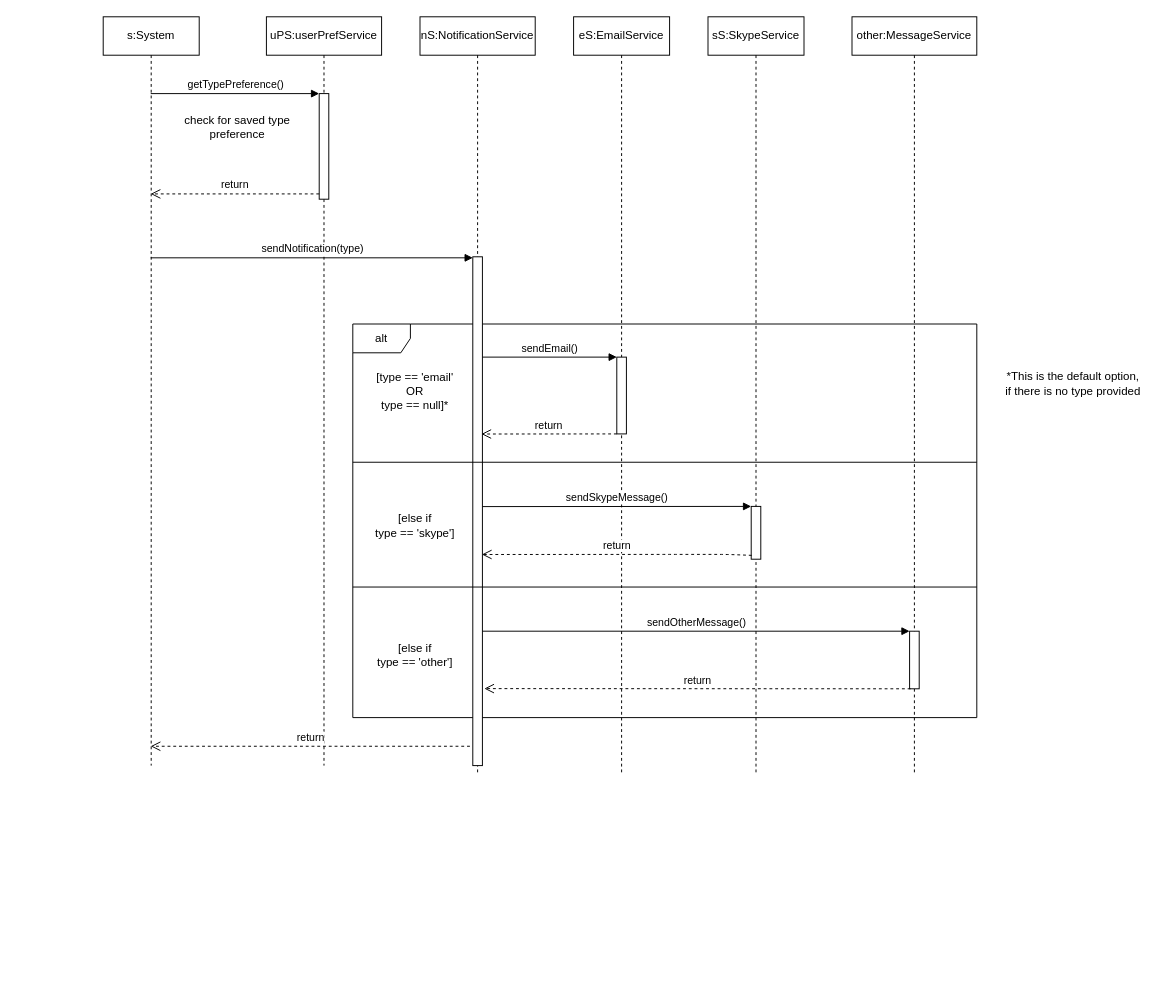
The draw.io diagram page "Sequence" (5 of 5) of Drawings/NotificationService/NotificationService.drawio in RMSLowside/rmslow, before the edit. Source tidied: cells renumbered, new cells numbered last; positions are measured from the earlier drawing's top-left corner, leaving out a move shared by most shapes. Both pictures are drawn from the tidied source at 96%, with x=0, y=0 at pixel (103, 16).
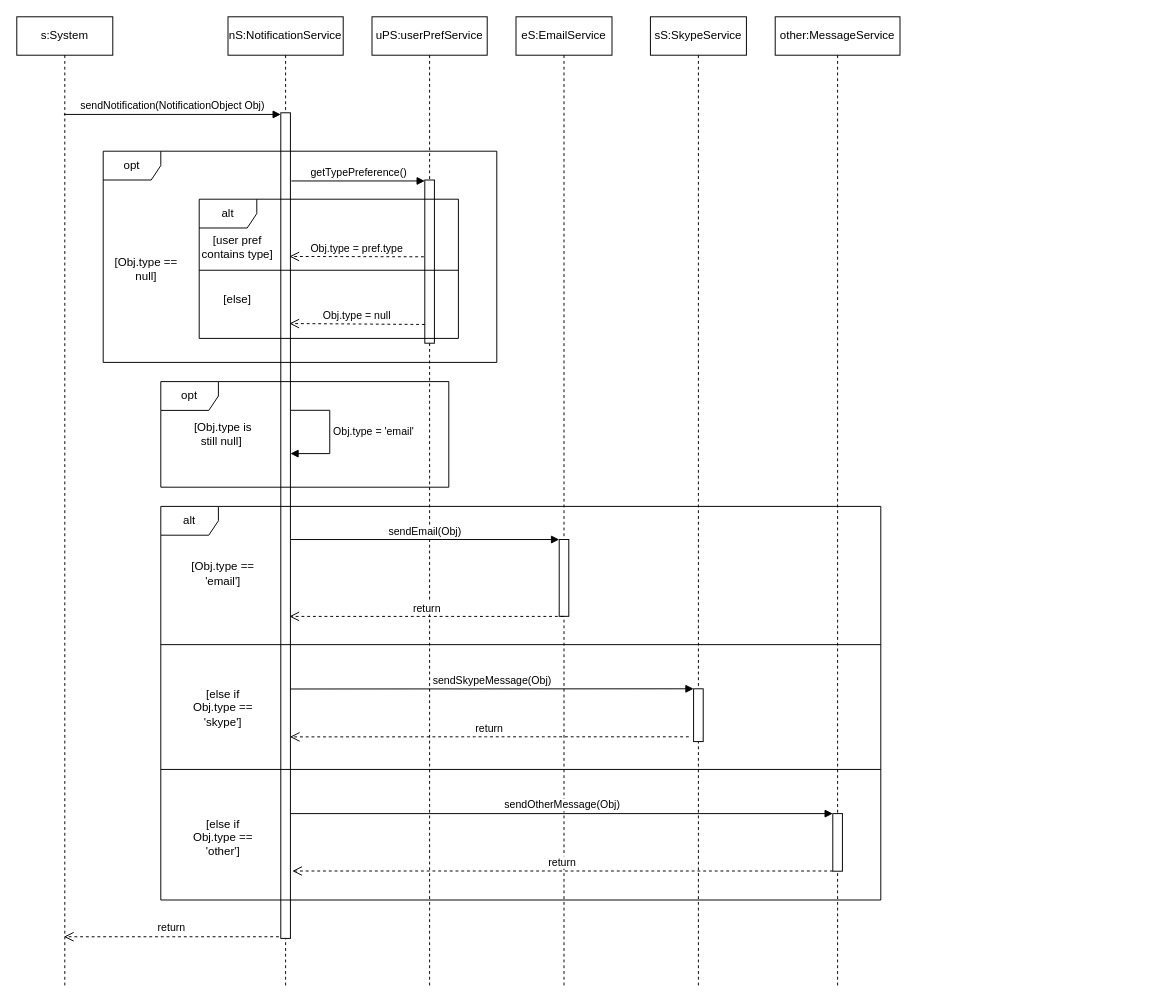
After the change.

Change to the diagram source:
```diff
@@
-    <mxCell id="2" value="alt" style="shape=umlFrame;whiteSpace=wrap;html=1;" parent="1" vertex="1">
-      <mxGeometry x="260" y="320" width="650" height="410" as="geometry" />
-    </mxCell>
     <mxCell id="3" value="uPS:userPrefService" style="shape=umlLifeline;perimeter=lifelinePerimeter;whiteSpace=wrap;html=1;" parent="1" vertex="1">
-      <mxGeometry x="170" width="120" height="780" as="geometry" />
+      <mxGeometry x="280" width="120" height="1010" as="geometry" />
     </mxCell>
     <mxCell id="4" style="html=1;points=[];perimeter=orthogonalPerimeter;" parent="3" vertex="1">
-      <mxGeometry x="55" y="80" width="10" height="110" as="geometry" />
+      <mxGeometry x="55" y="170" width="10" height="170" as="geometry" />
     </mxCell>
     <mxCell id="5" value="nS:NotificationService" style="shape=umlLifeline;perimeter=lifelinePerimeter;whiteSpace=wrap;html=1;" parent="1" vertex="1">
-      <mxGeometry x="330" width="120" height="790" as="geometry" />
+      <mxGeometry x="130" width="120" height="1010" as="geometry" />
     </mxCell>
     <mxCell id="6" style="html=1;points=[];perimeter=orthogonalPerimeter;" parent="5" vertex="1">
-      <mxGeometry x="55" y="250" width="10" height="530" as="geometry" />
+      <mxGeometry x="55" y="100" width="10" height="860" as="geometry" />
     </mxCell>
+    <mxCell id="31" style="line;strokeWidth=1;fillColor=none;align=left;verticalAlign=middle;spacingTop=-1;spacingLeft=3;spacingRight=3;labelPosition=right;fontFamily=Helvetica;" parent="5" vertex="1">
+      <mxGeometry x="-30" y="260" width="270" height="8" as="geometry" />
+    </mxCell>
     <mxCell id="7" value="eS:EmailService" style="shape=umlLifeline;perimeter=lifelinePerimeter;whiteSpace=wrap;html=1;" parent="1" vertex="1">
-      <mxGeometry x="490" width="100" height="790" as="geometry" />
+      <mxGeometry x="430" width="100" height="1010" as="geometry" />
     </mxCell>
     <mxCell id="8" value="sS:SkypeService" style="shape=umlLifeline;perimeter=lifelinePerimeter;whiteSpace=wrap;html=1;" parent="1" vertex="1">
-      <mxGeometry x="630" width="100" height="790" as="geometry" />
+      <mxGeometry x="570" width="100" height="1010" as="geometry" />
     </mxCell>
     <mxCell id="9" style="html=1;points=[];perimeter=orthogonalPerimeter;" parent="8" vertex="1">
-      <mxGeometry x="45" y="510" width="10" height="55" as="geometry" />
+      <mxGeometry x="45" y="700" width="10" height="55" as="geometry" />
     </mxCell>
     <mxCell id="10" value="other:MessageService" style="shape=umlLifeline;perimeter=lifelinePerimeter;whiteSpace=wrap;html=1;" parent="1" vertex="1">
-      <mxGeometry x="780" width="130" height="790" as="geometry" />
+      <mxGeometry x="700" width="130" height="1010" as="geometry" />
     </mxCell>
     <mxCell id="11" style="html=1;points=[];perimeter=orthogonalPerimeter;" parent="10" vertex="1">
-      <mxGeometry x="60" y="640" width="10" height="60" as="geometry" />
+      <mxGeometry x="60" y="830" width="10" height="60" as="geometry" />
     </mxCell>
     <mxCell id="12" style="html=1;points=[];perimeter=orthogonalPerimeter;" parent="1" vertex="1">
-      <mxGeometry x="535" y="354.5" width="10" height="80" as="geometry" />
+      <mxGeometry x="475" y="544.5" width="10" height="80" as="geometry" />
     </mxCell>
-    <mxCell id="13" value="sendEmail()" style="html=1;verticalAlign=bottom;endArrow=block;entryX=0;entryY=0;exitX=1;exitY=0.151;exitDx=0;exitDy=0;exitPerimeter=0;" parent="1" edge="1" target="12">
+    <mxCell id="13" value="sendEmail(Obj)" style="html=1;verticalAlign=bottom;endArrow=block;entryX=0;entryY=0;exitX=1;exitY=0.151;exitDx=0;exitDy=0;exitPerimeter=0;" parent="1" edge="1" target="12">
       <mxGeometry relative="1" as="geometry">
-        <mxPoint x="395" y="354.5" as="sourcePoint" />
+        <mxPoint x="195" y="544.5" as="sourcePoint" />
       </mxGeometry>
     </mxCell>
     <mxCell id="14" style="line;strokeWidth=1;fillColor=none;align=left;verticalAlign=middle;spacingTop=-1;spacingLeft=3;spacingRight=3;labelPosition=right;" parent="1" vertex="1">
-      <mxGeometry x="260" y="460" width="650" height="8" as="geometry" />
+      <mxGeometry x="60" y="650" width="750" height="8" as="geometry" />
     </mxCell>
     <mxCell id="15" style="line;strokeWidth=1;fillColor=none;align=left;verticalAlign=middle;spacingTop=-1;spacingLeft=3;spacingRight=3;labelPosition=right;" parent="1" vertex="1">
-      <mxGeometry x="260" y="590" width="650" height="8" as="geometry" />
+      <mxGeometry x="60" y="780" width="750" height="8" as="geometry" />
     </mxCell>
-    <mxCell id="16" value="sendSkypeMessage()" style="html=1;verticalAlign=bottom;endArrow=block;entryX=0;entryY=0;exitX=1;exitY=0.491;exitDx=0;exitDy=0;exitPerimeter=0;" parent="1" edge="1" target="9">
+    <mxCell id="16" value="sendSkypeMessage(Obj)" style="html=1;verticalAlign=bottom;endArrow=block;entryX=0;entryY=0;exitX=1;exitY=0.491;exitDx=0;exitDy=0;exitPerimeter=0;" parent="1" edge="1" target="9">
       <mxGeometry relative="1" as="geometry">
-        <mxPoint x="395" y="510.2" as="sourcePoint" />
+        <mxPoint x="195" y="700.2" as="sourcePoint" />
       </mxGeometry>
     </mxCell>
-    <mxCell id="17" value="[type == 'email'&lt;br&gt;OR&lt;br&gt;type == null]*" style="text;html=1;strokeColor=none;fillColor=none;align=center;verticalAlign=middle;whiteSpace=wrap;rounded=0;" parent="1" vertex="1">
-      <mxGeometry x="280" y="367.2" width="90" height="45.5" as="geometry" />
+    <mxCell id="17" value="[Obj.type == 'email']" style="text;html=1;strokeColor=none;fillColor=none;align=center;verticalAlign=middle;whiteSpace=wrap;rounded=0;" parent="1" vertex="1">
+      <mxGeometry x="80" y="557.2" width="90" height="45.5" as="geometry" />
     </mxCell>
-    <mxCell id="18" value="[else if &lt;br&gt;type == 'skype']" style="text;html=1;strokeColor=none;fillColor=none;align=center;verticalAlign=middle;whiteSpace=wrap;rounded=0;" parent="1" vertex="1">
-      <mxGeometry x="280" y="510" width="90" height="40" as="geometry" />
+    <mxCell id="18" value="[else if &lt;br&gt;Obj.type == 'skype']" style="text;html=1;strokeColor=none;fillColor=none;align=center;verticalAlign=middle;whiteSpace=wrap;rounded=0;" parent="1" vertex="1">
+      <mxGeometry x="80" y="700" width="90" height="40" as="geometry" />
     </mxCell>
-    <mxCell id="19" value="[else if &lt;br&gt;type == 'other']" style="text;html=1;strokeColor=none;fillColor=none;align=center;verticalAlign=middle;whiteSpace=wrap;rounded=0;" parent="1" vertex="1">
-      <mxGeometry x="280" y="650" width="90" height="30" as="geometry" />
+    <mxCell id="19" value="[else if &lt;br&gt;Obj.type == 'other']" style="text;html=1;strokeColor=none;fillColor=none;align=center;verticalAlign=middle;whiteSpace=wrap;rounded=0;" parent="1" vertex="1">
+      <mxGeometry x="80" y="840" width="90" height="30" as="geometry" />
     </mxCell>
-    <mxCell id="20" value="sendOtherMessage()" style="html=1;verticalAlign=bottom;endArrow=block;entryX=0;entryY=0;" parent="1" edge="1" target="11">
+    <mxCell id="20" value="sendOtherMessage(Obj)" style="html=1;verticalAlign=bottom;endArrow=block;entryX=0;entryY=0;" parent="1" edge="1" target="11">
       <mxGeometry relative="1" as="geometry">
-        <mxPoint x="395" y="640" as="sourcePoint" />
+        <mxPoint x="195" y="830" as="sourcePoint" />
       </mxGeometry>
     </mxCell>
-    <mxCell id="21" value="return" style="html=1;verticalAlign=bottom;endArrow=open;dashed=1;endSize=8;exitX=-0.3;exitY=0.962;exitDx=0;exitDy=0;exitPerimeter=0;" parent="1" edge="1" source="6" target="22">
-      <mxGeometry relative="1" as="geometry" />
+    <mxCell id="21" value="return" style="html=1;verticalAlign=bottom;endArrow=open;dashed=1;endSize=8;exitX=-0.2;exitY=0.998;exitDx=0;exitDy=0;exitPerimeter=0;" parent="1" edge="1" source="6">
+      <mxGeometry relative="1" as="geometry">
+        <mxPoint x="-40.9" y="958.3" as="targetPoint" />
+      </mxGeometry>
     </mxCell>
     <mxCell id="22" value="s:System" style="shape=umlLifeline;perimeter=lifelinePerimeter;whiteSpace=wrap;html=1;outlineConnect=0;" parent="1" vertex="1">
-      <mxGeometry width="100" height="780" as="geometry" />
+      <mxGeometry x="-90" width="100" height="1010" as="geometry" />
     </mxCell>
-    <mxCell id="23" value="getTypePreference()" style="html=1;verticalAlign=bottom;endArrow=block;entryX=0;entryY=0;fontFamily=Helvetica;" parent="1" edge="1" source="22" target="4">
-      <mxGeometry relative="1" as="geometry" />
-    </mxCell>
-    <mxCell id="24" value="return" style="html=1;verticalAlign=bottom;endArrow=open;dashed=1;endSize=8;exitX=0;exitY=0.95;" parent="1" edge="1" source="4" target="22">
-      <mxGeometry relative="1" as="geometry" />
-    </mxCell>
     <mxCell id="25" value="return" style="html=1;verticalAlign=bottom;endArrow=open;dashed=1;endSize=8;entryX=0.9;entryY=0.302;entryDx=0;entryDy=0;entryPerimeter=0;" parent="1" edge="1">
       <mxGeometry relative="1" as="geometry">
-        <mxPoint x="535" y="434.5" as="sourcePoint" />
-        <mxPoint x="394" y="434.6" as="targetPoint" />
+        <mxPoint x="479.5" y="624.6" as="sourcePoint" />
+        <mxPoint x="194" y="624.6" as="targetPoint" />
       </mxGeometry>
     </mxCell>
-    <mxCell id="26" value="return" style="html=1;verticalAlign=bottom;endArrow=open;dashed=1;endSize=8;entryX=1.2;entryY=0.811;entryDx=0;entryDy=0;entryPerimeter=0;" parent="1" edge="1">
+    <mxCell id="26" value="return" style="html=1;verticalAlign=bottom;endArrow=open;dashed=1;endSize=8;entryX=1.2;entryY=0.811;entryDx=0;entryDy=0;entryPerimeter=0;" parent="1" edge="1" source="11">
       <mxGeometry relative="1" as="geometry">
-        <mxPoint x="841" y="700" as="sourcePoint" />
-        <mxPoint x="397" y="699.8" as="targetPoint" />
+        <mxPoint x="197" y="889.8" as="targetPoint" />
       </mxGeometry>
     </mxCell>
     <mxCell id="27" value="return" style="html=1;verticalAlign=bottom;endArrow=open;dashed=1;endSize=8;entryX=1;entryY=0.536;entryDx=0;entryDy=0;entryPerimeter=0;" parent="1" edge="1">
       <mxGeometry relative="1" as="geometry">
-        <mxPoint x="675.5" y="561" as="sourcePoint" />
-        <mxPoint x="394.5" y="560.1" as="targetPoint" />
+        <mxPoint x="610" y="750" as="sourcePoint" />
+        <mxPoint x="194.5" y="750.1" as="targetPoint" />
         <Array as="points">
-          <mxPoint x="649.5" y="560" />
-          <mxPoint x="589.5" y="560" />
+          <mxPoint x="449.5" y="750" />
+          <mxPoint x="389.5" y="750" />
         </Array>
       </mxGeometry>
     </mxCell>
-    <mxCell id="28" value="sendNotification(type)" style="html=1;verticalAlign=bottom;endArrow=block;entryX=0;entryY=0.002;entryDx=0;entryDy=0;entryPerimeter=0;" parent="1" edge="1" source="22" target="6">
-      <mxGeometry relative="1" as="geometry" />
+    <mxCell id="28" value="sendNotification(NotificationObject Obj)" style="html=1;verticalAlign=bottom;endArrow=block;entryX=0;entryY=0.002;entryDx=0;entryDy=0;entryPerimeter=0;" parent="1" edge="1" target="6">
+      <mxGeometry relative="1" as="geometry">
+        <mxPoint x="-40.9" y="101.7" as="sourcePoint" />
+      </mxGeometry>
     </mxCell>
-    <mxCell id="29" value="check for saved type preference" style="text;html=1;strokeColor=none;fillColor=none;align=center;verticalAlign=middle;whiteSpace=wrap;rounded=0;fontFamily=Helvetica;" parent="1" vertex="1">
-      <mxGeometry x="70" y="100" width="140" height="30" as="geometry" />
-    </mxCell>
-    <mxCell id="30" value="*This is the default option, &lt;br&gt;if there is no type provided" style="text;html=1;align=center;verticalAlign=middle;fontFamily=Helvetica;" parent="1" vertex="1">
-      <mxGeometry x="930" y="367.2" width="160" height="30" as="geometry" />
-    </mxCell>
+    <mxCell id="32" value="Obj.type = pref.type" style="html=1;verticalAlign=bottom;endArrow=open;dashed=1;endSize=8;fontFamily=Helvetica;entryX=0.9;entryY=0.174;entryDx=0;entryDy=0;entryPerimeter=0;" parent="1" edge="1" target="6">
+      <mxGeometry relative="1" as="geometry">
+        <mxPoint x="334" y="250" as="sourcePoint" />
+      </mxGeometry>
+    </mxCell>
+    <mxCell id="33" value="Obj.type = null" style="html=1;verticalAlign=bottom;endArrow=open;dashed=1;endSize=8;fontFamily=Helvetica;" parent="1" edge="1">
+      <mxGeometry relative="1" as="geometry">
+        <mxPoint x="335" y="320.5" as="sourcePoint" />
+        <mxPoint x="194" y="319.5" as="targetPoint" />
+      </mxGeometry>
+    </mxCell>
+    <mxCell id="34" value="[user pref &lt;br&gt;contains type]" style="text;html=1;strokeColor=none;fillColor=none;align=center;verticalAlign=middle;whiteSpace=wrap;rounded=0;fontFamily=Helvetica;" parent="1" vertex="1">
+      <mxGeometry x="100" y="220" width="80" height="40" as="geometry" />
+    </mxCell>
+    <mxCell id="35" value="[else]" style="text;html=1;strokeColor=none;fillColor=none;align=center;verticalAlign=middle;whiteSpace=wrap;rounded=0;fontFamily=Helvetica;" parent="1" vertex="1">
+      <mxGeometry x="110" y="280" width="60" height="30" as="geometry" />
+    </mxCell>
+    <mxCell id="36" value="[Obj.type == null]" style="text;html=1;strokeColor=none;fillColor=none;align=center;verticalAlign=middle;whiteSpace=wrap;rounded=0;fontFamily=Helvetica;" parent="1" vertex="1">
+      <mxGeometry y="252.5" width="90" height="20" as="geometry" />
+    </mxCell>
+    <mxCell id="23" value="getTypePreference()" style="html=1;verticalAlign=bottom;endArrow=block;fontFamily=Helvetica;" parent="1" edge="1">
+      <mxGeometry relative="1" as="geometry">
+        <mxPoint x="196" y="171" as="sourcePoint" />
+        <mxPoint x="335" y="171" as="targetPoint" />
+      </mxGeometry>
+    </mxCell>
+    <mxCell id="37" value="Obj.type = 'email'" style="edgeStyle=orthogonalEdgeStyle;html=1;align=left;spacingLeft=2;endArrow=block;rounded=0;fontFamily=Helvetica;exitX=1.038;exitY=0.411;exitDx=0;exitDy=0;exitPerimeter=0;" parent="1" edge="1">
+      <mxGeometry relative="1" as="geometry">
+        <mxPoint x="195.4" y="409.9" as="sourcePoint" />
+        <mxPoint x="195" y="455" as="targetPoint" />
+        <Array as="points">
+          <mxPoint x="236" y="410" />
+          <mxPoint x="236" y="455" />
+        </Array>
+      </mxGeometry>
+    </mxCell>
+    <mxCell id="2" value="alt" style="shape=umlFrame;whiteSpace=wrap;html=1;" parent="1" vertex="1">
+      <mxGeometry x="60" y="510" width="750" height="410" as="geometry" />
+    </mxCell>
+    <mxCell id="38" value="[Obj.type is still null]&amp;nbsp;" style="text;html=1;strokeColor=none;fillColor=none;align=center;verticalAlign=middle;whiteSpace=wrap;rounded=0;fontFamily=Helvetica;" parent="1" vertex="1">
+      <mxGeometry x="85" y="420" width="80" height="30" as="geometry" />
+    </mxCell>
+    <mxCell id="39" value="alt" style="shape=umlFrame;whiteSpace=wrap;html=1;fontFamily=Helvetica;" parent="1" vertex="1">
+      <mxGeometry x="100" y="190" width="270" height="145" as="geometry" />
+    </mxCell>
+    <mxCell id="40" value="opt" style="shape=umlFrame;whiteSpace=wrap;html=1;fontFamily=Helvetica;" parent="1" vertex="1">
+      <mxGeometry y="140" width="410" height="220" as="geometry" />
+    </mxCell>
+    <mxCell id="41" value="opt" style="shape=umlFrame;whiteSpace=wrap;html=1;fontFamily=Helvetica;" parent="1" vertex="1">
+      <mxGeometry x="60" y="380" width="300" height="110" as="geometry" />
+    </mxCell>
```
